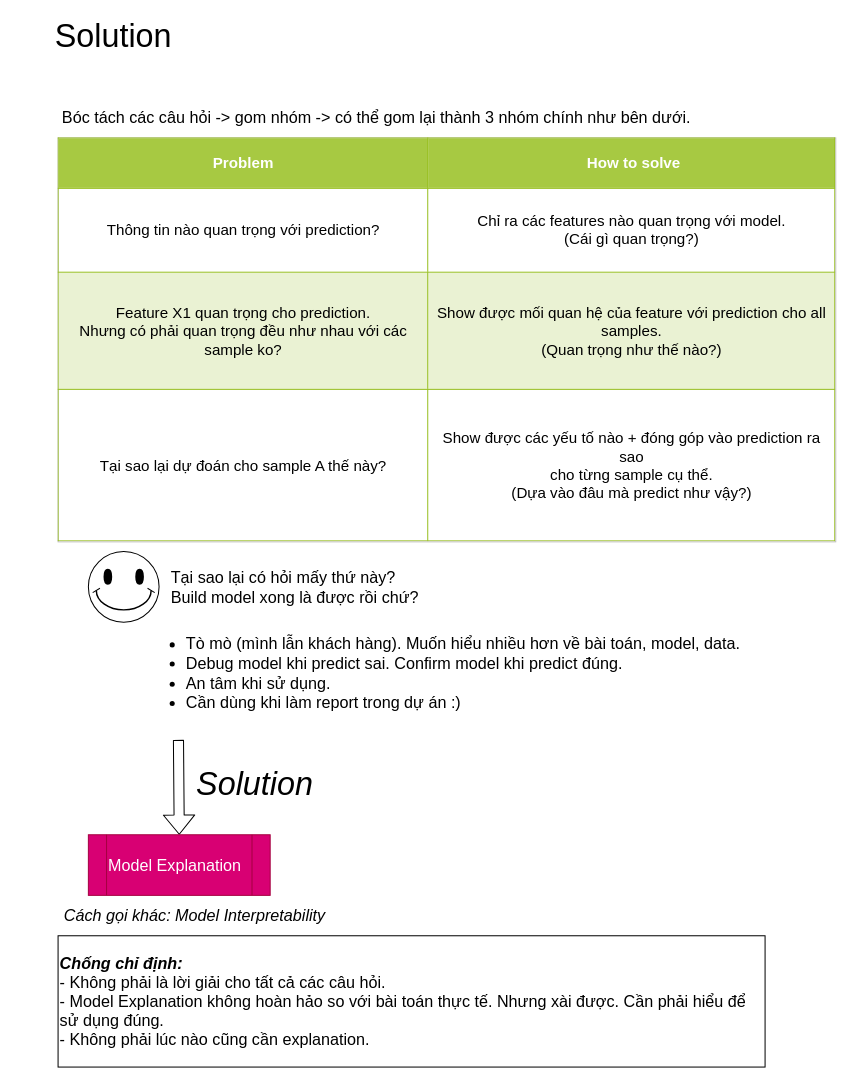
Before: page "Solution" (3 of 5) of slide.dio in nguyentp/mlexplain, a draw.io diagram. Source tidied: cells renumbered, new cells numbered last; positions are measured from the earlier drawing's top-left corner, leaving out a move shared by most shapes. Both pictures are drawn from the tidied source at 101%, with x=0, y=0 at pixel (17, 26).
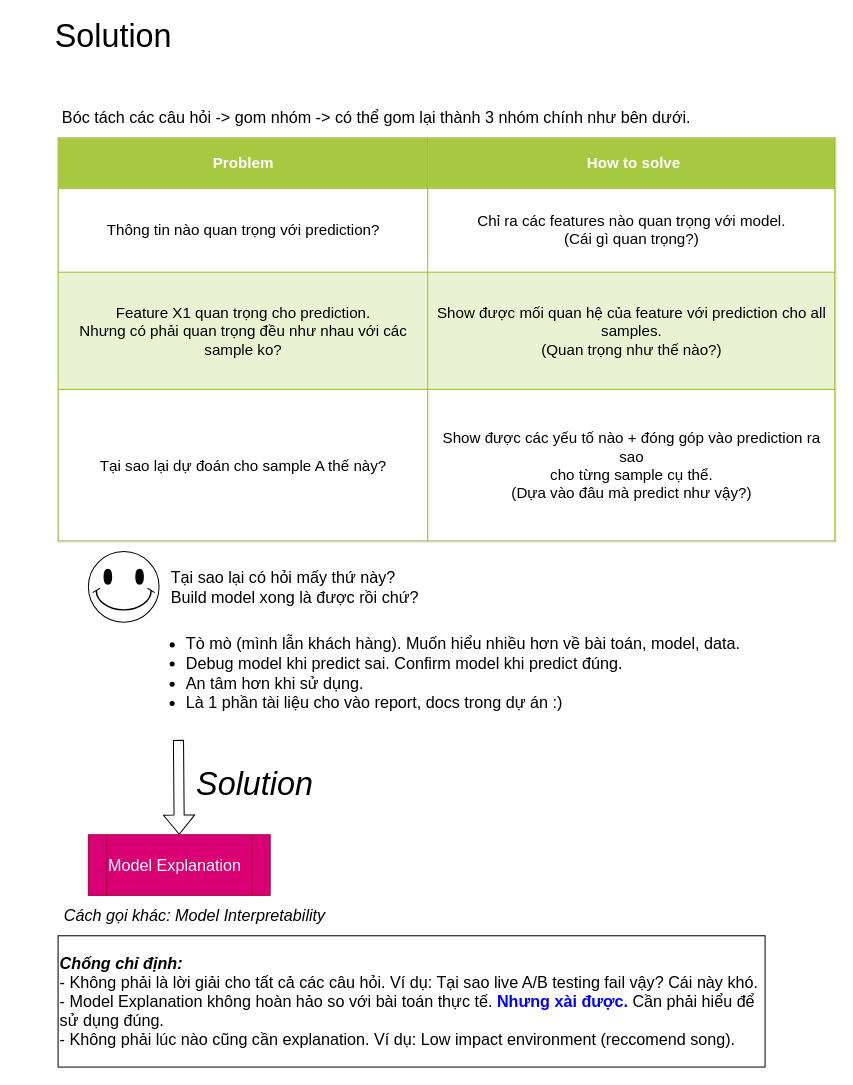
Above is the later version.

What changed in the source:
```diff
@@
 <mxGraphModel>
   <root>
     <mxCell id="0" />
     <mxCell id="1" parent="0" />
     <mxCell id="2" value="&lt;table border=&quot;1&quot; width=&quot;100%&quot; cellpadding=&quot;4&quot; style=&quot;text-align: center ; width: 100% ; height: 100% ; border-collapse: collapse ; font-size: 15px&quot;&gt;&lt;tbody style=&quot;font-size: 15px&quot;&gt;&lt;tr style=&quot;background-color: rgb(167 , 201 , 66) ; color: rgb(255 , 255 , 255) ; border: 1px solid rgb(152 , 191 , 33) ; font-size: 15px&quot;&gt;&lt;th style=&quot;font-size: 15px&quot;&gt;Problem&lt;/th&gt;&lt;th style=&quot;font-size: 15px&quot;&gt;&amp;nbsp;How to solve&lt;/th&gt;&lt;/tr&gt;&lt;tr style=&quot;border: 1px solid rgb(152 , 191 , 33) ; font-size: 15px&quot;&gt;&lt;td style=&quot;font-size: 15px&quot;&gt;Thông tin nào quan trọng với prediction?&lt;/td&gt;&lt;td style=&quot;font-size: 15px&quot;&gt;Chỉ ra các features nào quan trọng với model.&lt;br style=&quot;font-size: 15px&quot;&gt;(Cái gì quan trọng?)&lt;/td&gt;&lt;/tr&gt;&lt;tr style=&quot;background-color: rgb(234 , 242 , 211) ; border: 1px solid rgb(152 , 191 , 33) ; font-size: 15px&quot;&gt;&lt;td style=&quot;font-size: 15px&quot;&gt;Feature X1 quan trọng cho prediction.&lt;br style=&quot;font-size: 15px&quot;&gt;Nhưng có phải quan trọng đều như nhau với các sample ko?&lt;/td&gt;&lt;td style=&quot;font-size: 15px&quot;&gt;Show được mối quan hệ của feature với prediction cho all samples.&lt;br style=&quot;font-size: 15px&quot;&gt;(Quan trọng như thế nào?)&lt;/td&gt;&lt;/tr&gt;&lt;tr style=&quot;border: 1px solid rgb(152 , 191 , 33) ; font-size: 15px&quot;&gt;&lt;td style=&quot;font-size: 15px&quot;&gt;Tại sao lại dự đoán cho sample A thế này?&lt;/td&gt;&lt;td style=&quot;font-size: 15px&quot;&gt;Show được các yếu tố nào + đóng góp vào prediction ra sao&lt;br&gt;cho từng sample cụ thể.&lt;br&gt;(Dựa vào đâu mà predict như vậy?)&lt;/td&gt;&lt;/tr&gt;&lt;/tbody&gt;&lt;/table&gt;" style="text;html=1;strokeColor=#c0c0c0;fillColor=#ffffff;overflow=fill;rounded=0;fontSize=15;align=left;whiteSpace=wrap;" parent="1" vertex="1">
       <mxGeometry x="40" y="110" width="770" height="400" as="geometry" />
     </mxCell>
     <mxCell id="3" value="&lt;i&gt;Solution&lt;/i&gt;" style="text;html=1;strokeColor=none;fillColor=none;align=center;verticalAlign=middle;whiteSpace=wrap;rounded=0;fontSize=32;" parent="1" vertex="1">
       <mxGeometry x="140" y="740" width="190" height="20" as="geometry" />
     </mxCell>
     <mxCell id="4" value="Bóc tách các câu hỏi -&amp;gt; gom nhóm -&amp;gt; có thể gom lại thành 3 nhóm chính như bên dưới." style="text;html=1;align=center;verticalAlign=middle;fontSize=16;" parent="1" vertex="1">
       <mxGeometry x="35" y="80" width="640" height="20" as="geometry" />
     </mxCell>
     <mxCell id="5" value="Tại sao lại có hỏi mấy thứ này?&lt;br&gt;Build model xong là được rồi chứ?" style="text;html=1;align=left;verticalAlign=middle;fontSize=16;" parent="1" vertex="1">
       <mxGeometry x="150" y="534.5" width="260" height="40" as="geometry" />
     </mxCell>
     <mxCell id="6" style="verticalLabelPosition=bottom;verticalAlign=top;html=1;shape=mxgraph.basic.smiley;rounded=0;fontSize=16;align=left;" parent="1" vertex="1">
       <mxGeometry x="70" y="519.5" width="70" height="70" as="geometry" />
     </mxCell>
-    <mxCell id="7" value="&lt;ul&gt;&lt;li&gt;Tò mò (mình lẫn khách hàng). Muốn hiểu nhiều hơn về bài toán, model, data.&lt;/li&gt;&lt;li&gt;Debug model khi predict sai. Confirm model khi predict đúng.&lt;/li&gt;&lt;li&gt;An tâm khi sử dụng.&lt;/li&gt;&lt;li&gt;Cần dùng khi làm report trong dự án :)&lt;/li&gt;&lt;/ul&gt;" style="text;strokeColor=none;fillColor=none;html=1;whiteSpace=wrap;verticalAlign=middle;overflow=hidden;rounded=0;fontSize=16;align=left;" parent="1" vertex="1">
+    <mxCell id="7" value="&lt;ul&gt;&lt;li&gt;Tò mò (mình lẫn khách hàng). Muốn hiểu nhiều hơn về bài toán, model, data.&lt;/li&gt;&lt;li&gt;Debug model khi predict sai. Confirm model khi predict đúng.&lt;/li&gt;&lt;li&gt;An tâm hơn khi sử dụng.&lt;/li&gt;&lt;li&gt;Là 1 phần tài liệu cho vào report, docs trong dự án :)&lt;/li&gt;&lt;/ul&gt;" style="text;strokeColor=none;fillColor=none;html=1;whiteSpace=wrap;verticalAlign=middle;overflow=hidden;rounded=0;fontSize=16;align=left;" parent="1" vertex="1">
       <mxGeometry x="125" y="574.5" width="600" height="130" as="geometry" />
     </mxCell>
     <mxCell id="8" style="shape=flexArrow;endArrow=classic;html=1;fontSize=16;fontColor=#FFD966;exitX=0.057;exitY=1.012;exitDx=0;exitDy=0;exitPerimeter=0;" parent="1" edge="1" source="7">
       <mxGeometry relative="1" as="geometry">
         <mxPoint x="160" y="800" as="targetPoint" />
       </mxGeometry>
     </mxCell>
     <mxCell id="9" value="Model Explanation" style="shape=process;whiteSpace=wrap;html=1;backgroundOutline=1;rounded=0;fillColor=#d80073;fontSize=16;align=left;strokeColor=#A50040;fontColor=#ffffff;" parent="1" vertex="1">
       <mxGeometry x="70" y="800" width="180" height="60" as="geometry" />
     </mxCell>
     <mxCell id="10" value="Cách gọi khác: Model Interpretability" style="text;html=1;align=center;verticalAlign=middle;fontSize=16;fontStyle=2;" parent="1" vertex="1">
       <mxGeometry x="40" y="870" width="270" height="20" as="geometry" />
     </mxCell>
-    <mxCell id="11" value="&lt;b style=&quot;font-size: 16px ; font-style: italic&quot;&gt;Chống chỉ định:&lt;br&gt;&lt;/b&gt;&lt;span style=&quot;font-size: 16px&quot;&gt;- Không phải là lời giải cho tất cả các câu hỏi.&lt;br&gt;- Model Explanation không hoàn hảo so với bài toán thực tế. Nhưng xài được. Cần phải hiểu để sử dụng đúng.&lt;br&gt;- Không phải lúc nào cũng cần explanation.&lt;/span&gt;" style="rounded=0;whiteSpace=wrap;html=1;labelBackgroundColor=none;fillColor=none;gradientColor=none;fontSize=13;fontColor=#000000;align=left;" parent="1" vertex="1">
+    <mxCell id="11" value="&lt;b style=&quot;font-size: 16px ; font-style: italic&quot;&gt;Chống chỉ định:&lt;br&gt;&lt;/b&gt;&lt;span style=&quot;font-size: 16px&quot;&gt;- Không phải là lời giải cho tất cả các câu hỏi. Ví dụ: Tại sao live A/B testing fail vậy? Cái này khó.&lt;br&gt;- Model Explanation không hoàn hảo so với bài toán thực tế. &lt;b&gt;&lt;font color=&quot;#0000ff&quot;&gt;Nhưng xài được. &lt;/font&gt;&lt;/b&gt;Cần phải hiểu để sử dụng đúng.&lt;br&gt;- Không phải lúc nào cũng cần explanation. Ví dụ: Low impact environment (reccomend song).&lt;/span&gt;" style="rounded=0;whiteSpace=wrap;html=1;labelBackgroundColor=none;fillColor=none;gradientColor=none;fontSize=13;fontColor=#000000;align=left;" parent="1" vertex="1">
       <mxGeometry x="40" y="900" width="700" height="130" as="geometry" />
     </mxCell>
     <mxCell id="12" value="Solution" style="text;html=1;strokeColor=none;fillColor=none;align=center;verticalAlign=middle;whiteSpace=wrap;rounded=0;fontSize=32;" parent="1" vertex="1">
       <mxGeometry width="190" height="20" as="geometry" />
     </mxCell>
   </root>
 </mxGraphModel>
```
